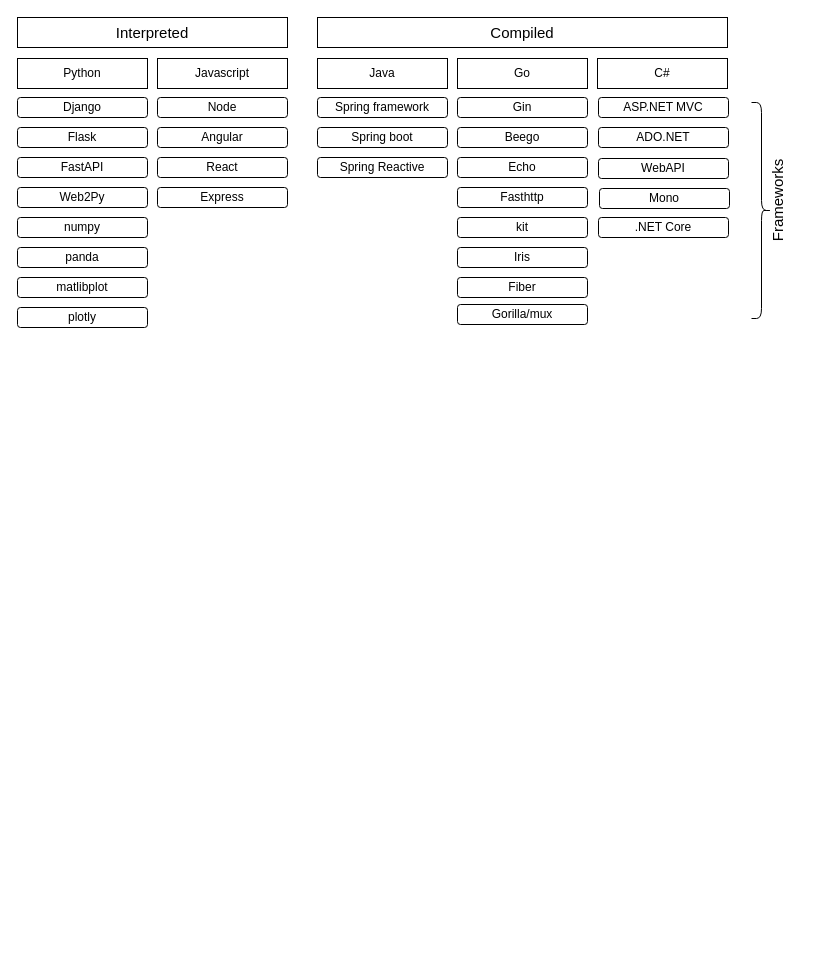
blitznihar/draws keeps this draw.io diagram as programming Languages.drawio. Above is the earlier version. Source tidied: cells renumbered, new cells numbered last; positions are measured from the earlier drawing's top-left corner, leaving out a move shared by most shapes. Both pictures are drawn from the tidied source at 100%, with x=0, y=0 at pixel (17, 17).
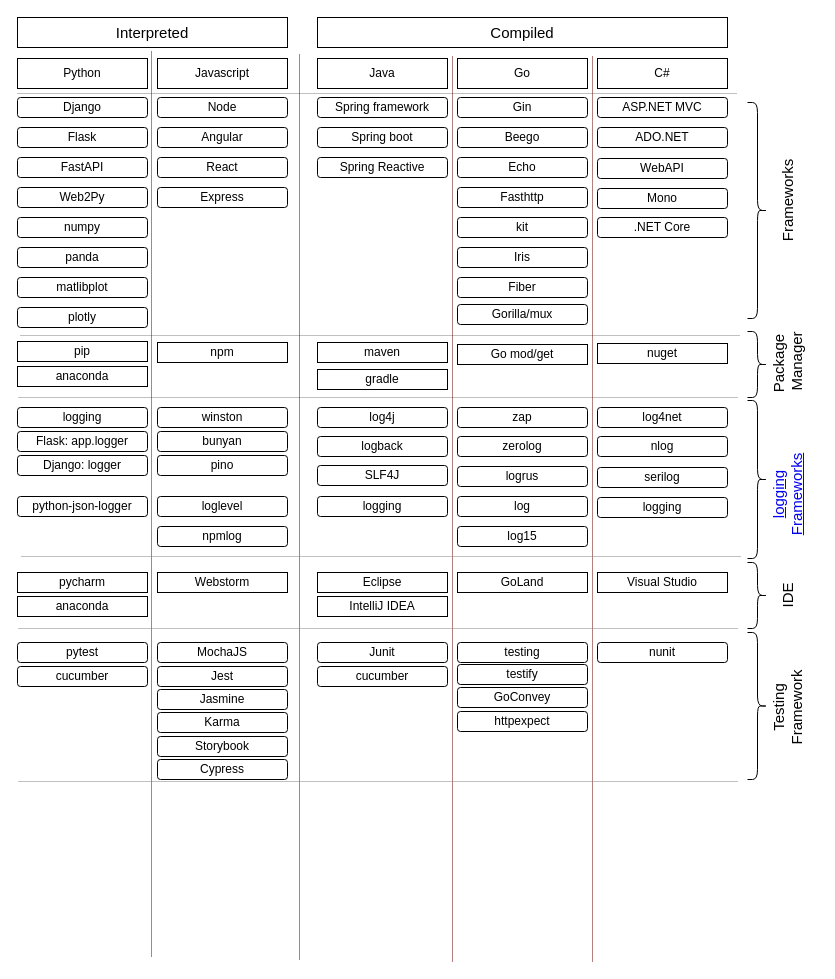
Above is the later version.

What changed in the source:
```diff
@@
     <mxCell id="31" style="shape=curlyBracket;whiteSpace=wrap;html=1;rounded=1;flipH=1;fontFamily=Helvetica;fontSize=15;" parent="1" vertex="1">
-      <mxGeometry x="734" y="85" width="20" height="216" as="geometry" />
+      <mxGeometry x="730" y="85" width="20" height="216" as="geometry" />
     </mxCell>
     <mxCell id="32" value="Frameworks" style="text;html=1;strokeColor=none;fillColor=none;align=center;verticalAlign=middle;whiteSpace=wrap;rounded=0;fontFamily=Helvetica;fontSize=15;horizontal=0;" parent="1" vertex="1">
-      <mxGeometry x="730" y="168" width="60" height="30" as="geometry" />
+      <mxGeometry x="740" y="168" width="60" height="30" as="geometry" />
     </mxCell>
     <mxCell id="33" value="ASP.NET MVC" style="rounded=1;whiteSpace=wrap;html=1;fontFamily=Helvetica;fontSize=12;" parent="1" vertex="1">
-      <mxGeometry x="581" y="80" width="130" height="20" as="geometry" />
+      <mxGeometry x="580" y="80" width="130" height="20" as="geometry" />
     </mxCell>
     <mxCell id="34" value="ADO.NET" style="rounded=1;whiteSpace=wrap;html=1;fontFamily=Helvetica;fontSize=12;" parent="1" vertex="1">
-      <mxGeometry x="581" y="110" width="130" height="20" as="geometry" />
+      <mxGeometry x="580" y="110" width="130" height="20" as="geometry" />
     </mxCell>
     <mxCell id="35" value="WebAPI" style="rounded=1;whiteSpace=wrap;html=1;fontFamily=Helvetica;fontSize=12;" parent="1" vertex="1">
-      <mxGeometry x="581" y="141" width="130" height="20" as="geometry" />
+      <mxGeometry x="580" y="141" width="130" height="20" as="geometry" />
     </mxCell>
     <mxCell id="36" value="Mono" style="rounded=1;whiteSpace=wrap;html=1;fontFamily=Helvetica;fontSize=12;" parent="1" vertex="1">
-      <mxGeometry x="582" y="171" width="130" height="20" as="geometry" />
+      <mxGeometry x="580" y="171" width="130" height="20" as="geometry" />
     </mxCell>
     <mxCell id="37" value=".NET Core" style="rounded=1;whiteSpace=wrap;html=1;fontFamily=Helvetica;fontSize=12;" parent="1" vertex="1">
-      <mxGeometry x="581" y="200" width="130" height="20" as="geometry" />
+      <mxGeometry x="580" y="200" width="130" height="20" as="geometry" />
     </mxCell>
@@
+    <mxCell id="39" value="pip" style="rounded=0;whiteSpace=wrap;html=1;" parent="1" vertex="1">
+      <mxGeometry y="324" width="130" height="20" as="geometry" />
+    </mxCell>
+    <mxCell id="40" value="npm" style="rounded=0;whiteSpace=wrap;html=1;" parent="1" vertex="1">
+      <mxGeometry x="140" y="325" width="130" height="20" as="geometry" />
+    </mxCell>
+    <mxCell id="41" value="maven" style="rounded=0;whiteSpace=wrap;html=1;" parent="1" vertex="1">
+      <mxGeometry x="300" y="325" width="130" height="20" as="geometry" />
+    </mxCell>
+    <mxCell id="42" value="gradle" style="rounded=0;whiteSpace=wrap;html=1;" parent="1" vertex="1">
+      <mxGeometry x="300" y="352" width="130" height="20" as="geometry" />
+    </mxCell>
+    <mxCell id="43" value="Go mod/get" style="rounded=0;whiteSpace=wrap;html=1;" parent="1" vertex="1">
+      <mxGeometry x="440" y="327" width="130" height="20" as="geometry" />
+    </mxCell>
+    <mxCell id="44" value="nuget" style="rounded=0;whiteSpace=wrap;html=1;" parent="1" vertex="1">
+      <mxGeometry x="580" y="326" width="130" height="20" as="geometry" />
+    </mxCell>
+    <mxCell id="45" style="shape=curlyBracket;whiteSpace=wrap;html=1;rounded=1;flipH=1;fontFamily=Helvetica;fontSize=12;" parent="1" vertex="1">
+      <mxGeometry x="730" y="314" width="20" height="66" as="geometry" />
+    </mxCell>
+    <mxCell id="46" value="Package&amp;nbsp;&lt;br&gt;Manager" style="text;html=1;strokeColor=none;fillColor=none;align=center;verticalAlign=middle;whiteSpace=wrap;rounded=0;fontFamily=Helvetica;fontSize=15;horizontal=0;" parent="1" vertex="1">
+      <mxGeometry x="740" y="329" width="60" height="30" as="geometry" />
+    </mxCell>
+    <mxCell id="47" value="winston" style="rounded=1;whiteSpace=wrap;html=1;fontFamily=Helvetica;fontSize=12;" parent="1" vertex="1">
+      <mxGeometry x="140" y="390" width="130" height="20" as="geometry" />
+    </mxCell>
+    <mxCell id="48" value="bunyan" style="rounded=1;whiteSpace=wrap;html=1;fontFamily=Helvetica;fontSize=12;" parent="1" vertex="1">
+      <mxGeometry x="140" y="414" width="130" height="20" as="geometry" />
+    </mxCell>
+    <mxCell id="49" value="pino" style="rounded=1;whiteSpace=wrap;html=1;fontFamily=Helvetica;fontSize=12;" parent="1" vertex="1">
+      <mxGeometry x="140" y="438" width="130" height="20" as="geometry" />
+    </mxCell>
+    <mxCell id="50" value="logging" style="rounded=1;whiteSpace=wrap;html=1;fontFamily=Helvetica;fontSize=12;" parent="1" vertex="1">
+      <mxGeometry y="390" width="130" height="20" as="geometry" />
+    </mxCell>
+    <mxCell id="51" value="Flask: app.logger" style="rounded=1;whiteSpace=wrap;html=1;fontFamily=Helvetica;fontSize=12;" parent="1" vertex="1">
+      <mxGeometry y="414" width="130" height="20" as="geometry" />
+    </mxCell>
+    <mxCell id="52" value="Django: logger" style="rounded=1;whiteSpace=wrap;html=1;fontFamily=Helvetica;fontSize=12;" parent="1" vertex="1">
+      <mxGeometry y="438" width="130" height="20" as="geometry" />
+    </mxCell>
+    <mxCell id="53" value="log4j" style="rounded=1;whiteSpace=wrap;html=1;fontFamily=Helvetica;fontSize=12;" parent="1" vertex="1">
+      <mxGeometry x="300" y="390" width="130" height="20" as="geometry" />
+    </mxCell>
+    <mxCell id="54" value="logback" style="rounded=1;whiteSpace=wrap;html=1;fontFamily=Helvetica;fontSize=12;" parent="1" vertex="1">
+      <mxGeometry x="300" y="419" width="130" height="20" as="geometry" />
+    </mxCell>
+    <mxCell id="55" value="zap" style="rounded=1;whiteSpace=wrap;html=1;fontFamily=Helvetica;fontSize=12;" parent="1" vertex="1">
+      <mxGeometry x="440" y="390" width="130" height="20" as="geometry" />
+    </mxCell>
+    <mxCell id="56" value="zerolog" style="rounded=1;whiteSpace=wrap;html=1;fontFamily=Helvetica;fontSize=12;" parent="1" vertex="1">
+      <mxGeometry x="440" y="419" width="130" height="20" as="geometry" />
+    </mxCell>
+    <mxCell id="57" value="logrus" style="rounded=1;whiteSpace=wrap;html=1;fontFamily=Helvetica;fontSize=12;" parent="1" vertex="1">
+      <mxGeometry x="440" y="449" width="130" height="20" as="geometry" />
+    </mxCell>
+    <mxCell id="58" value="loglevel" style="rounded=1;whiteSpace=wrap;html=1;fontFamily=Helvetica;fontSize=12;" parent="1" vertex="1">
+      <mxGeometry x="140" y="479" width="130" height="20" as="geometry" />
+    </mxCell>
+    <mxCell id="59" value="log" style="rounded=1;whiteSpace=wrap;html=1;fontFamily=Helvetica;fontSize=12;" parent="1" vertex="1">
+      <mxGeometry x="440" y="479" width="130" height="20" as="geometry" />
+    </mxCell>
+    <mxCell id="60" value="log15" style="rounded=1;whiteSpace=wrap;html=1;fontFamily=Helvetica;fontSize=12;" parent="1" vertex="1">
+      <mxGeometry x="440" y="509" width="130" height="20" as="geometry" />
+    </mxCell>
+    <mxCell id="61" value="python-json-logger" style="rounded=1;whiteSpace=wrap;html=1;fontFamily=Helvetica;fontSize=12;" parent="1" vertex="1">
+      <mxGeometry y="479" width="130" height="20" as="geometry" />
+    </mxCell>
+    <mxCell id="62" style="shape=curlyBracket;whiteSpace=wrap;html=1;rounded=1;flipH=1;fontFamily=Helvetica;fontSize=15;" parent="1" vertex="1">
+      <mxGeometry x="730" y="383" width="20" height="158" as="geometry" />
+    </mxCell>
+    <mxCell id="63" value="&lt;a href=&quot;https://www.loggly.com/ultimate-guide/python-logging-libraries-frameworks/&quot;&gt;logging&lt;br&gt;Frameworks&lt;/a&gt;" style="text;html=1;strokeColor=none;fillColor=none;align=center;verticalAlign=middle;whiteSpace=wrap;rounded=0;fontFamily=Helvetica;fontSize=15;horizontal=0;" parent="1" vertex="1">
+      <mxGeometry x="740" y="462" width="60" height="30" as="geometry" />
+    </mxCell>
+    <mxCell id="64" value="log4net" style="rounded=1;whiteSpace=wrap;html=1;fontFamily=Helvetica;fontSize=12;" parent="1" vertex="1">
+      <mxGeometry x="580" y="390" width="130" height="20" as="geometry" />
+    </mxCell>
+    <mxCell id="65" value="nlog" style="rounded=1;whiteSpace=wrap;html=1;fontFamily=Helvetica;fontSize=12;" parent="1" vertex="1">
+      <mxGeometry x="580" y="419" width="130" height="20" as="geometry" />
+    </mxCell>
+    <mxCell id="66" value="serilog" style="rounded=1;whiteSpace=wrap;html=1;fontFamily=Helvetica;fontSize=12;" parent="1" vertex="1">
+      <mxGeometry x="580" y="450" width="130" height="20" as="geometry" />
+    </mxCell>
+    <mxCell id="67" value="logging" style="rounded=1;whiteSpace=wrap;html=1;fontFamily=Helvetica;fontSize=12;" parent="1" vertex="1">
+      <mxGeometry x="580" y="480" width="130" height="20" as="geometry" />
+    </mxCell>
+    <mxCell id="68" value="npmlog" style="rounded=1;whiteSpace=wrap;html=1;fontFamily=Helvetica;fontSize=12;" parent="1" vertex="1">
+      <mxGeometry x="140" y="509" width="130" height="20" as="geometry" />
+    </mxCell>
+    <mxCell id="69" value="anaconda" style="rounded=0;whiteSpace=wrap;html=1;" parent="1" vertex="1">
+      <mxGeometry y="349" width="130" height="20" as="geometry" />
+    </mxCell>
+    <mxCell id="70" value="SLF4J" style="rounded=1;whiteSpace=wrap;html=1;fontFamily=Helvetica;fontSize=12;" parent="1" vertex="1">
+      <mxGeometry x="300" y="448" width="130" height="20" as="geometry" />
+    </mxCell>
+    <mxCell id="71" value="logging" style="rounded=1;whiteSpace=wrap;html=1;fontFamily=Helvetica;fontSize=12;" parent="1" vertex="1">
+      <mxGeometry x="300" y="479" width="130" height="20" as="geometry" />
+    </mxCell>
+    <mxCell id="72" style="line;strokeWidth=1;html=1;perimeter=backbonePerimeter;fontFamily=Helvetica;fontSize=12;dashed=1;dashPattern=1 1;strokeColor=#808080;" parent="1" vertex="1">
+      <mxGeometry x="3" y="313" width="719" height="10" as="geometry" />
+    </mxCell>
+    <mxCell id="73" style="line;strokeWidth=1;html=1;perimeter=backbonePerimeter;fontFamily=Helvetica;fontSize=12;dashed=1;dashPattern=1 1;strokeColor=#808080;" parent="1" vertex="1">
+      <mxGeometry y="71" width="719" height="10" as="geometry" />
+    </mxCell>
+    <mxCell id="74" style="line;strokeWidth=1;html=1;perimeter=backbonePerimeter;fontFamily=Helvetica;fontSize=12;dashed=1;dashPattern=1 1;strokeColor=#808080;" parent="1" vertex="1">
+      <mxGeometry x="1" y="375" width="719" height="10" as="geometry" />
+    </mxCell>
+    <mxCell id="75" style="line;strokeWidth=1;direction=south;html=1;perimeter=backbonePerimeter;dashed=1;dashPattern=1 1;fontFamily=Helvetica;fontSize=12;strokeColor=#660000;" parent="1" vertex="1">
+      <mxGeometry x="129" y="34" width="10" height="905" as="geometry" />
+    </mxCell>
+    <mxCell id="76" style="line;strokeWidth=1;direction=south;html=1;perimeter=backbonePerimeter;dashed=1;dashPattern=1 1;fontFamily=Helvetica;fontSize=12;strokeColor=#660000;" parent="1" vertex="1">
+      <mxGeometry x="277" y="37" width="10" height="905" as="geometry" />
+    </mxCell>
+    <mxCell id="77" style="line;strokeWidth=1;direction=south;html=1;perimeter=backbonePerimeter;dashed=1;dashPattern=1 1;fontFamily=Helvetica;fontSize=12;strokeColor=#660000;" parent="1" vertex="1">
+      <mxGeometry x="430" y="39" width="10" height="905" as="geometry" />
+    </mxCell>
+    <mxCell id="78" style="line;strokeWidth=1;direction=south;html=1;perimeter=backbonePerimeter;dashed=1;dashPattern=1 1;fontFamily=Helvetica;fontSize=12;strokeColor=#660000;" parent="1" vertex="1">
+      <mxGeometry x="570" y="39" width="10" height="905" as="geometry" />
+    </mxCell>
+    <mxCell id="79" style="line;strokeWidth=1;html=1;perimeter=backbonePerimeter;fontFamily=Helvetica;fontSize=12;dashed=1;dashPattern=1 1;strokeColor=#808080;" parent="1" vertex="1">
+      <mxGeometry x="4" y="534" width="719" height="10" as="geometry" />
+    </mxCell>
+    <mxCell id="80" value="pycharm" style="rounded=0;whiteSpace=wrap;html=1;" parent="1" vertex="1">
+      <mxGeometry y="555" width="130" height="20" as="geometry" />
+    </mxCell>
+    <mxCell id="81" value="Webstorm" style="rounded=0;whiteSpace=wrap;html=1;" parent="1" vertex="1">
+      <mxGeometry x="140" y="555" width="130" height="20" as="geometry" />
+    </mxCell>
+    <mxCell id="82" value="Eclipse" style="rounded=0;whiteSpace=wrap;html=1;" parent="1" vertex="1">
+      <mxGeometry x="300" y="555" width="130" height="20" as="geometry" />
+    </mxCell>
+    <mxCell id="83" value="IntelliJ IDEA" style="rounded=0;whiteSpace=wrap;html=1;" parent="1" vertex="1">
+      <mxGeometry x="300" y="579" width="130" height="20" as="geometry" />
+    </mxCell>
+    <mxCell id="84" value="GoLand" style="rounded=0;whiteSpace=wrap;html=1;" parent="1" vertex="1">
+      <mxGeometry x="440" y="555" width="130" height="20" as="geometry" />
+    </mxCell>
+    <mxCell id="85" value="Visual Studio" style="rounded=0;whiteSpace=wrap;html=1;" parent="1" vertex="1">
+      <mxGeometry x="580" y="555" width="130" height="20" as="geometry" />
+    </mxCell>
+    <mxCell id="86" style="shape=curlyBracket;whiteSpace=wrap;html=1;rounded=1;flipH=1;fontFamily=Helvetica;fontSize=12;" parent="1" vertex="1">
+      <mxGeometry x="730" y="545" width="20" height="66" as="geometry" />
+    </mxCell>
+    <mxCell id="87" value="anaconda" style="rounded=0;whiteSpace=wrap;html=1;" parent="1" vertex="1">
+      <mxGeometry y="579" width="130" height="20" as="geometry" />
+    </mxCell>
+    <mxCell id="88" style="line;strokeWidth=1;html=1;perimeter=backbonePerimeter;fontFamily=Helvetica;fontSize=12;dashed=1;dashPattern=1 1;strokeColor=#808080;" parent="1" vertex="1">
+      <mxGeometry x="1" y="606" width="719" height="10" as="geometry" />
+    </mxCell>
+    <mxCell id="89" value="IDE" style="text;html=1;strokeColor=none;fillColor=none;align=center;verticalAlign=middle;whiteSpace=wrap;rounded=0;fontFamily=Helvetica;fontSize=15;horizontal=0;" parent="1" vertex="1">
+      <mxGeometry x="740" y="563" width="60" height="30" as="geometry" />
+    </mxCell>
+    <mxCell id="90" value="pytest" style="rounded=1;whiteSpace=wrap;html=1;" parent="1" vertex="1">
+      <mxGeometry y="625" width="130" height="20" as="geometry" />
+    </mxCell>
+    <mxCell id="91" value="MochaJS" style="rounded=1;whiteSpace=wrap;html=1;" parent="1" vertex="1">
+      <mxGeometry x="140" y="625" width="130" height="20" as="geometry" />
+    </mxCell>
+    <mxCell id="92" value="Junit" style="rounded=1;whiteSpace=wrap;html=1;" parent="1" vertex="1">
+      <mxGeometry x="300" y="625" width="130" height="20" as="geometry" />
+    </mxCell>
+    <mxCell id="93" value="cucumber" style="rounded=1;whiteSpace=wrap;html=1;" parent="1" vertex="1">
+      <mxGeometry x="300" y="649" width="130" height="20" as="geometry" />
+    </mxCell>
+    <mxCell id="94" value="testing" style="rounded=1;whiteSpace=wrap;html=1;" parent="1" vertex="1">
+      <mxGeometry x="440" y="625" width="130" height="20" as="geometry" />
+    </mxCell>
+    <mxCell id="95" value="nunit" style="rounded=1;whiteSpace=wrap;html=1;" parent="1" vertex="1">
+      <mxGeometry x="580" y="625" width="130" height="20" as="geometry" />
+    </mxCell>
+    <mxCell id="96" style="shape=curlyBracket;whiteSpace=wrap;html=1;rounded=1;flipH=1;fontFamily=Helvetica;fontSize=12;" parent="1" vertex="1">
+      <mxGeometry x="730" y="615" width="20" height="147" as="geometry" />
+    </mxCell>
+    <mxCell id="97" value="cucumber" style="rounded=1;whiteSpace=wrap;html=1;" parent="1" vertex="1">
+      <mxGeometry y="649" width="130" height="20" as="geometry" />
+    </mxCell>
+    <mxCell id="98" style="line;strokeWidth=1;html=1;perimeter=backbonePerimeter;fontFamily=Helvetica;fontSize=12;dashed=1;dashPattern=1 1;strokeColor=#808080;" parent="1" vertex="1">
+      <mxGeometry x="1" y="759" width="719" height="10" as="geometry" />
+    </mxCell>
+    <mxCell id="99" value="Testing&lt;br&gt;Framework" style="text;html=1;strokeColor=none;fillColor=none;align=center;verticalAlign=middle;whiteSpace=wrap;rounded=0;fontFamily=Helvetica;fontSize=15;horizontal=0;" parent="1" vertex="1">
+      <mxGeometry x="740" y="675" width="60" height="30" as="geometry" />
+    </mxCell>
+    <mxCell id="100" value="Jest" style="rounded=1;whiteSpace=wrap;html=1;" parent="1" vertex="1">
+      <mxGeometry x="140" y="649" width="130" height="20" as="geometry" />
+    </mxCell>
+    <mxCell id="101" value="Jasmine" style="rounded=1;whiteSpace=wrap;html=1;" parent="1" vertex="1">
+      <mxGeometry x="140" y="672" width="130" height="20" as="geometry" />
+    </mxCell>
+    <mxCell id="102" value="Karma" style="rounded=1;whiteSpace=wrap;html=1;" parent="1" vertex="1">
+      <mxGeometry x="140" y="695" width="130" height="20" as="geometry" />
+    </mxCell>
+    <mxCell id="103" value="Storybook" style="rounded=1;whiteSpace=wrap;html=1;" parent="1" vertex="1">
+      <mxGeometry x="140" y="719" width="130" height="20" as="geometry" />
+    </mxCell>
+    <mxCell id="104" value="Cypress" style="rounded=1;whiteSpace=wrap;html=1;" parent="1" vertex="1">
+      <mxGeometry x="140" y="742" width="130" height="20" as="geometry" />
+    </mxCell>
+    <mxCell id="105" value="testify" style="rounded=1;whiteSpace=wrap;html=1;" parent="1" vertex="1">
+      <mxGeometry x="440" y="647" width="130" height="20" as="geometry" />
+    </mxCell>
+    <mxCell id="106" value="GoConvey" style="rounded=1;whiteSpace=wrap;html=1;" parent="1" vertex="1">
+      <mxGeometry x="440" y="670" width="130" height="20" as="geometry" />
+    </mxCell>
+    <mxCell id="107" value="httpexpect" style="rounded=1;whiteSpace=wrap;html=1;" parent="1" vertex="1">
+      <mxGeometry x="440" y="694" width="130" height="20" as="geometry" />
+    </mxCell>
```
